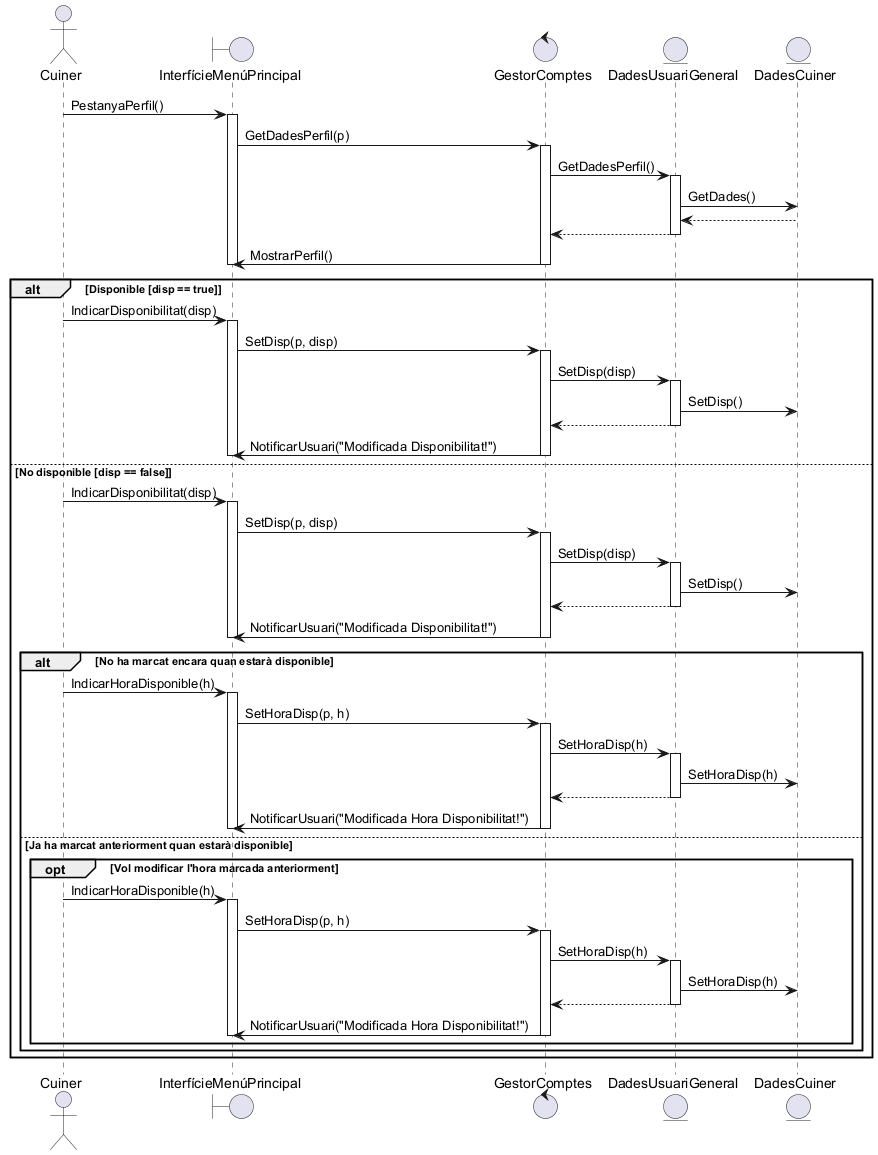
martipages/ES23UAB431-02 keeps this PlantUML diagram as documents/Diagrames i Especificacions/Seqüencia/Hiro! ^3^/8. Modificar Disponibilitat.png. Above is the earlier version.
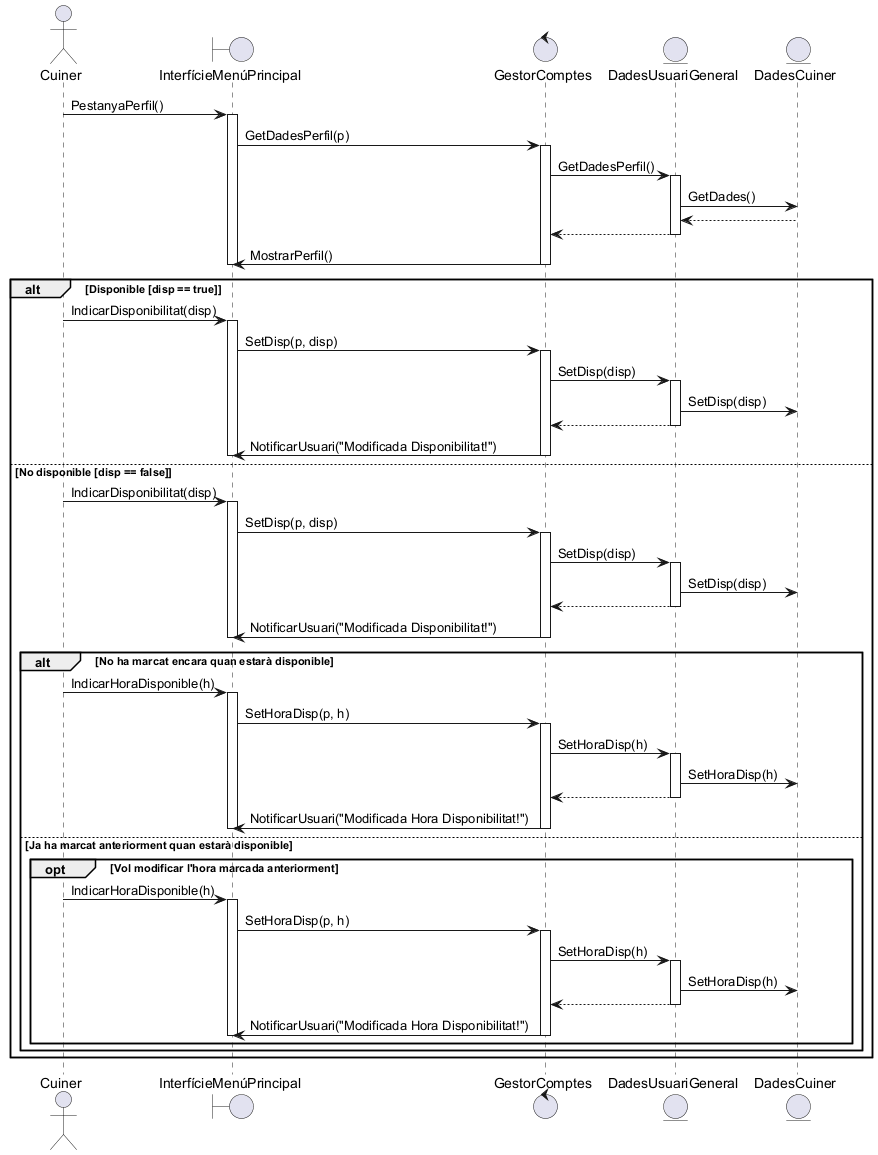
The same diagram one commit later.

The edit, as a diff of the source:
```diff
@@ -22,7 +22,7 @@
 Cuiner -> InterfícieMenúPrincipal++: IndicarDisponibilitat(disp)
 InterfícieMenúPrincipal -> GestorComptes++: SetDisp(p, disp)
 GestorComptes->DadesUsuariGeneral++: SetDisp(disp)
-DadesUsuariGeneral->DadesCuiner: SetDisp()
+DadesUsuariGeneral->DadesCuiner: SetDisp(disp)
 
 DadesUsuariGeneral --> GestorComptes--
 GestorComptes -> InterfícieMenúPrincipal--: NotificarUsuari("Modificada Disponibilitat!")
@@ -33,7 +33,7 @@
 Cuiner -> InterfícieMenúPrincipal++: IndicarDisponibilitat(disp)
 InterfícieMenúPrincipal -> GestorComptes++: SetDisp(p, disp)
 GestorComptes->DadesUsuariGeneral++: SetDisp(disp)
-DadesUsuariGeneral->DadesCuiner: SetDisp()
+DadesUsuariGeneral->DadesCuiner: SetDisp(disp)
 
 DadesUsuariGeneral --> GestorComptes--
 GestorComptes -> InterfícieMenúPrincipal--: NotificarUsuari("Modificada Disponibilitat!")
```
